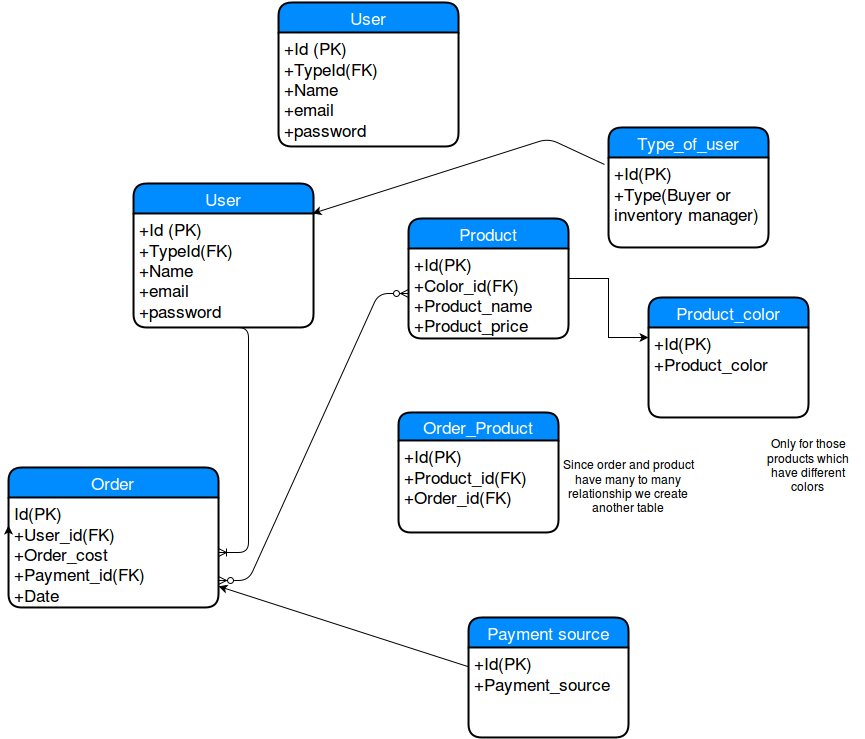
deeps-webonise/RDBMS-Assignment keeps this draw.io diagram as Basic_Design.png. Above is the earlier version. Source tidied: cells renumbered, new cells last; positions are measured from the earlier drawing's top-left corner, leaving out a move shared by most shapes.
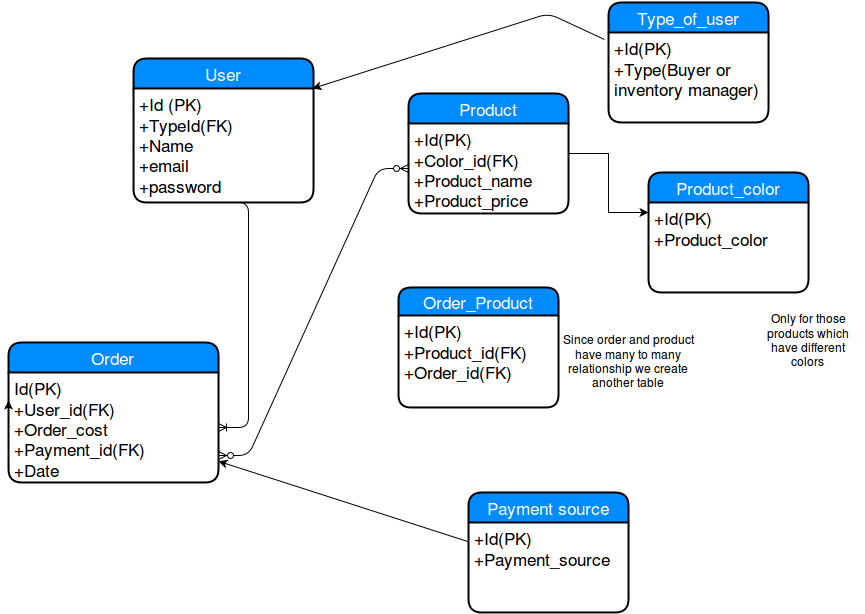
Above is the later version.

Change to the diagram source:
```diff
@@ -72,12 +72,6 @@
     <mxCell id="23" value="+Id (PK)&lt;br&gt;+TypeId(FK)&lt;br&gt;+Name&lt;br&gt;+email&lt;br&gt;+password&lt;br&gt;" style="whiteSpace=wrap;html=1;align=left;strokeColor=none;fillColor=none;spacingLeft=4;fontSize=17;verticalAlign=top;" parent="22" vertex="1">
       <mxGeometry y="30" width="180" height="114" as="geometry" />
     </mxCell>
-    <mxCell id="24" value="User" style="swimlane;html=1;horizontal=1;startSize=30;fillColor=#008cff;fontColor=#FFFFFF;rounded=1;fontSize=17;fontStyle=0;strokeWidth=2;shadow=0;dashed=0;align=center;" parent="1" vertex="1">
-      <mxGeometry x="270" width="180" height="144" as="geometry" />
-    </mxCell>
-    <mxCell id="25" value="+Id (PK)&lt;br&gt;+TypeId(FK)&lt;br&gt;+Name&lt;br&gt;+email&lt;br&gt;+password&lt;br&gt;" style="whiteSpace=wrap;html=1;align=left;strokeColor=none;fillColor=none;spacingLeft=4;fontSize=17;verticalAlign=top;" parent="24" vertex="1">
-      <mxGeometry y="30" width="180" height="114" as="geometry" />
-    </mxCell>
     <mxCell id="26" style="edgeStyle=orthogonalEdgeStyle;rounded=0;html=1;exitX=0.75;exitY=0;entryX=0.75;entryY=0;jettySize=auto;orthogonalLoop=1;" parent="1" edge="1" source="20" target="20">
       <mxGeometry relative="1" as="geometry" />
     </mxCell>
```
